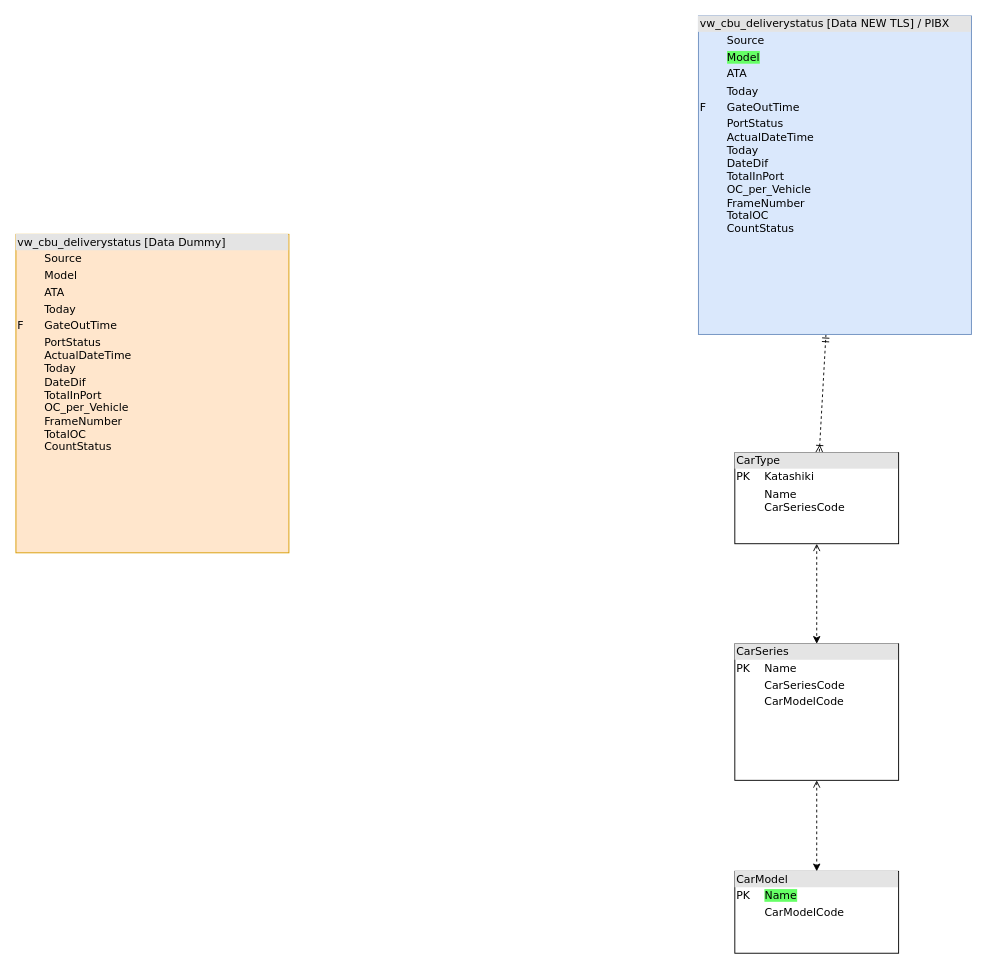
Above: page "Board2_CBU_DeliveryStatus" (2 of 3) of TAM_IMIS_diagram.drawio in RifqiG759/BI_datasets (draw.io), before the change. Source tidied: cells renumbered, new cells numbered last; positions are measured from the earlier drawing's top-left corner, leaving out a move shared by most shapes. Both pictures are drawn from the tidied source at 91%, with x=0, y=0 at pixel (15, 15).
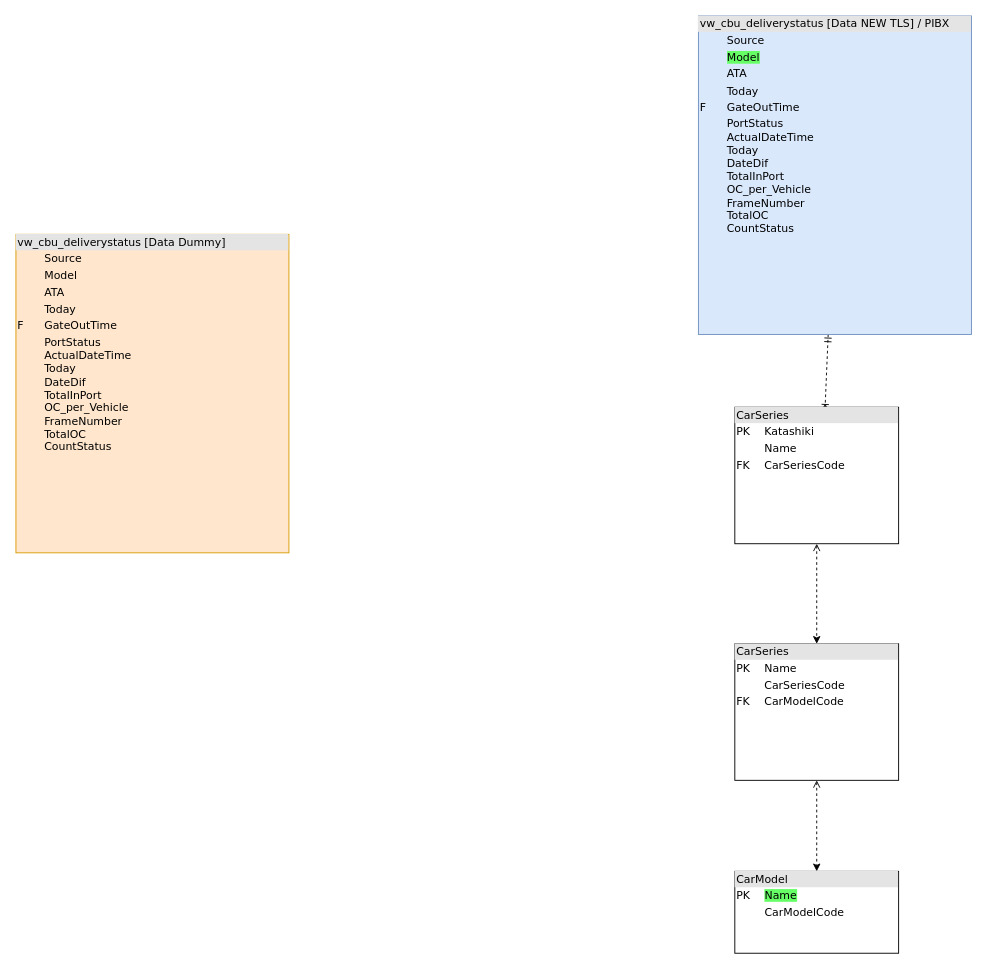
Above is the later version.

The edit, as a diff of the source:
```diff
@@
 <mxGraphModel>
   <root>
     <mxCell id="0" />
     <mxCell id="1" parent="0" />
-    <mxCell id="2" style="html=1;dashed=1;labelBackgroundColor=none;startArrow=ERmandOne;endArrow=ERoneToMany;fontFamily=Verdana;fontSize=12;align=left;elbow=vertical;" parent="1" edge="1" source="8" target="7">
+    <mxCell id="2" style="html=1;dashed=1;labelBackgroundColor=none;startArrow=ERmandOne;endArrow=ERoneToMany;fontFamily=Verdana;fontSize=12;align=left;elbow=vertical;entryX=0.55;entryY=0.033;entryDx=0;entryDy=0;entryPerimeter=0;" parent="1" edge="1" source="8" target="10">
       <mxGeometry relative="1" as="geometry" />
     </mxCell>
     <mxCell id="3" value="&lt;div style=&quot;box-sizing: border-box ; width: 100% ; background: #e4e4e4 ; padding: 2px&quot;&gt;vw_cbu_deliverystatus [Data Dummy]&lt;/div&gt;&lt;table style=&quot;width: 100% ; font-size: 1em&quot; cellpadding=&quot;2&quot; cellspacing=&quot;0&quot;&gt;&lt;tbody&gt;&lt;tr&gt;&lt;td&gt;&lt;br&gt;&lt;/td&gt;&lt;td&gt;Source&lt;/td&gt;&lt;/tr&gt;&lt;tr&gt;&lt;td&gt;&lt;/td&gt;&lt;td&gt;Model&lt;/td&gt;&lt;/tr&gt;&lt;tr&gt;&lt;td&gt;&lt;br&gt;&lt;/td&gt;&lt;td&gt;ATA&lt;/td&gt;&lt;/tr&gt;&lt;tr&gt;&lt;td&gt;&lt;br&gt;&lt;/td&gt;&lt;td&gt;Today&lt;/td&gt;&lt;/tr&gt;&lt;tr&gt;&lt;td&gt;F&lt;br&gt;&lt;/td&gt;&lt;td&gt;GateOutTime&lt;/td&gt;&lt;/tr&gt;&lt;tr&gt;&lt;td&gt;&lt;br&gt;&lt;/td&gt;&lt;td&gt;PortStatus&lt;br&gt;ActualDateTime&lt;br&gt;Today&lt;br&gt;DateDif&lt;br&gt;TotalInPort&lt;br&gt;OC_per_Vehicle&lt;br&gt;FrameNumber&lt;br&gt;TotalOC&lt;br&gt;CountStatus&lt;/td&gt;&lt;/tr&gt;&lt;tr&gt;&lt;td&gt;&lt;br&gt;&lt;/td&gt;&lt;td&gt;&lt;br&gt;&lt;/td&gt;&lt;/tr&gt;&lt;tr&gt;&lt;td&gt;&lt;br&gt;&lt;/td&gt;&lt;td&gt;&lt;br&gt;&lt;/td&gt;&lt;/tr&gt;&lt;tr&gt;&lt;td&gt;&lt;br&gt;&lt;/td&gt;&lt;td&gt;&lt;br&gt;&lt;/td&gt;&lt;/tr&gt;&lt;/tbody&gt;&lt;/table&gt;" style="verticalAlign=top;align=left;overflow=fill;html=1;rounded=0;shadow=0;comic=0;labelBackgroundColor=none;strokeColor=#d79b00;strokeWidth=1;fillColor=#ffe6cc;fontFamily=Verdana;fontSize=12;" parent="1" vertex="1">
       <mxGeometry y="240" width="300" height="350" as="geometry" />
     </mxCell>
     <mxCell id="4" style="edgeStyle=orthogonalEdgeStyle;rounded=0;jettySize=auto;html=1;dashed=1;startArrow=open;startFill=0;" parent="1" edge="1" source="5" target="9">
       <mxGeometry relative="1" as="geometry" />
     </mxCell>
-    <mxCell id="5" value="&lt;div style=&quot;box-sizing: border-box ; width: 100% ; background: #e4e4e4 ; padding: 2px&quot;&gt;CarSeries&lt;/div&gt;&lt;table style=&quot;width: 100% ; font-size: 1em&quot; cellpadding=&quot;2&quot; cellspacing=&quot;0&quot;&gt;&lt;tbody&gt;&lt;tr&gt;&lt;td&gt;PK&lt;/td&gt;&lt;td&gt;Name&lt;br&gt;&lt;/td&gt;&lt;/tr&gt;&lt;tr&gt;&lt;td&gt;&lt;br&gt;&lt;/td&gt;&lt;td&gt;CarSeriesCode&lt;/td&gt;&lt;/tr&gt;&lt;tr&gt;&lt;td&gt;&lt;/td&gt;&lt;td&gt;CarModelCode&lt;/td&gt;&lt;/tr&gt;&lt;/tbody&gt;&lt;/table&gt;" style="verticalAlign=top;align=left;overflow=fill;html=1;rounded=0;shadow=0;comic=0;labelBackgroundColor=none;strokeColor=#000000;strokeWidth=1;fillColor=#ffffff;fontFamily=Verdana;fontSize=12;fontColor=#000000;" parent="1" vertex="1">
+    <mxCell id="5" value="&lt;div style=&quot;box-sizing: border-box ; width: 100% ; background: #e4e4e4 ; padding: 2px&quot;&gt;CarSeries&lt;/div&gt;&lt;table style=&quot;width: 100% ; font-size: 1em&quot; cellpadding=&quot;2&quot; cellspacing=&quot;0&quot;&gt;&lt;tbody&gt;&lt;tr&gt;&lt;td&gt;PK&lt;/td&gt;&lt;td&gt;Name&lt;br&gt;&lt;/td&gt;&lt;/tr&gt;&lt;tr&gt;&lt;td&gt;&lt;br&gt;&lt;/td&gt;&lt;td&gt;CarSeriesCode&lt;/td&gt;&lt;/tr&gt;&lt;tr&gt;&lt;td&gt;FK&lt;/td&gt;&lt;td&gt;CarModelCode&lt;/td&gt;&lt;/tr&gt;&lt;/tbody&gt;&lt;/table&gt;" style="verticalAlign=top;align=left;overflow=fill;html=1;rounded=0;shadow=0;comic=0;labelBackgroundColor=none;strokeColor=#000000;strokeWidth=1;fillColor=#ffffff;fontFamily=Verdana;fontSize=12;fontColor=#000000;" parent="1" vertex="1">
       <mxGeometry x="790" y="690" width="180" height="150" as="geometry" />
     </mxCell>
-    <mxCell id="6" style="edgeStyle=orthogonalEdgeStyle;rounded=0;jettySize=auto;html=1;dashed=1;startArrow=open;startFill=0;" parent="1" edge="1" source="7" target="5">
+    <mxCell id="6" style="edgeStyle=orthogonalEdgeStyle;rounded=0;jettySize=auto;html=1;dashed=1;startArrow=open;startFill=0;exitX=0.5;exitY=1;exitDx=0;exitDy=0;" parent="1" edge="1" source="10" target="5">
       <mxGeometry relative="1" as="geometry" />
     </mxCell>
-    <mxCell id="7" value="&lt;div style=&quot;box-sizing: border-box ; width: 100% ; background: #e4e4e4 ; padding: 2px&quot;&gt;CarType&lt;/div&gt;&lt;table style=&quot;width: 100% ; font-size: 1em&quot; cellpadding=&quot;2&quot; cellspacing=&quot;0&quot;&gt;&lt;tbody&gt;&lt;tr&gt;&lt;td&gt;PK&lt;/td&gt;&lt;td&gt;Katashiki&lt;/td&gt;&lt;/tr&gt;&lt;tr&gt;&lt;td&gt;&lt;br&gt;&lt;/td&gt;&lt;td&gt;Name&lt;br&gt;CarSeriesCode&lt;/td&gt;&lt;/tr&gt;&lt;tr&gt;&lt;td&gt;&lt;br&gt;&lt;/td&gt;&lt;td&gt;&lt;/td&gt;&lt;/tr&gt;&lt;/tbody&gt;&lt;/table&gt;" style="verticalAlign=top;align=left;overflow=fill;html=1;rounded=0;shadow=0;comic=0;labelBackgroundColor=none;strokeColor=#000000;strokeWidth=1;fillColor=#ffffff;fontFamily=Verdana;fontSize=12;fontColor=#000000;" parent="1" vertex="1">
-      <mxGeometry x="790" y="480" width="180" height="100" as="geometry" />
-    </mxCell>
     <mxCell id="8" value="&lt;div style=&quot;box-sizing: border-box ; width: 100% ; background: #e4e4e4 ; padding: 2px&quot;&gt;vw_cbu_deliverystatus [Data NEW TLS] / PIBX&lt;/div&gt;&lt;table style=&quot;width: 100% ; font-size: 1em&quot; cellpadding=&quot;2&quot; cellspacing=&quot;0&quot;&gt;&lt;tbody&gt;&lt;tr&gt;&lt;td&gt;&lt;br&gt;&lt;/td&gt;&lt;td&gt;Source&lt;/td&gt;&lt;/tr&gt;&lt;tr&gt;&lt;td&gt;&lt;/td&gt;&lt;td&gt;&lt;span style=&quot;background-color: rgb(102 , 255 , 102)&quot;&gt;Model&lt;/span&gt;&lt;/td&gt;&lt;/tr&gt;&lt;tr&gt;&lt;td&gt;&lt;br&gt;&lt;/td&gt;&lt;td&gt;ATA&lt;/td&gt;&lt;/tr&gt;&lt;tr&gt;&lt;td&gt;&lt;br&gt;&lt;/td&gt;&lt;td&gt;Today&lt;/td&gt;&lt;/tr&gt;&lt;tr&gt;&lt;td&gt;F&lt;br&gt;&lt;/td&gt;&lt;td&gt;GateOutTime&lt;/td&gt;&lt;/tr&gt;&lt;tr&gt;&lt;td&gt;&lt;br&gt;&lt;/td&gt;&lt;td&gt;PortStatus&lt;br&gt;ActualDateTime&lt;br&gt;Today&lt;br&gt;DateDif&lt;br&gt;TotalInPort&lt;br&gt;OC_per_Vehicle&lt;br&gt;FrameNumber&lt;br&gt;TotalOC&lt;br&gt;CountStatus&lt;/td&gt;&lt;/tr&gt;&lt;tr&gt;&lt;td&gt;&lt;br&gt;&lt;/td&gt;&lt;td&gt;&lt;br&gt;&lt;/td&gt;&lt;/tr&gt;&lt;tr&gt;&lt;td&gt;&lt;br&gt;&lt;/td&gt;&lt;td&gt;&lt;br&gt;&lt;/td&gt;&lt;/tr&gt;&lt;tr&gt;&lt;td&gt;&lt;br&gt;&lt;/td&gt;&lt;td&gt;&lt;br&gt;&lt;/td&gt;&lt;/tr&gt;&lt;/tbody&gt;&lt;/table&gt;" style="verticalAlign=top;align=left;overflow=fill;html=1;rounded=0;shadow=0;comic=0;labelBackgroundColor=none;strokeColor=#6c8ebf;strokeWidth=1;fillColor=#dae8fc;fontFamily=Verdana;fontSize=12;" parent="1" vertex="1">
       <mxGeometry x="750" width="300" height="350" as="geometry" />
     </mxCell>
     <mxCell id="9" value="&lt;div style=&quot;box-sizing: border-box ; width: 100% ; background: #e4e4e4 ; padding: 2px&quot;&gt;CarModel&lt;/div&gt;&lt;table style=&quot;width: 100% ; font-size: 1em&quot; cellpadding=&quot;2&quot; cellspacing=&quot;0&quot;&gt;&lt;tbody&gt;&lt;tr&gt;&lt;td&gt;PK&lt;/td&gt;&lt;td&gt;&lt;span style=&quot;background-color: rgb(102 , 255 , 102)&quot;&gt;Name&lt;br&gt;&lt;/span&gt;&lt;/td&gt;&lt;/tr&gt;&lt;tr&gt;&lt;td&gt;&lt;/td&gt;&lt;td&gt;CarModelCode&lt;/td&gt;&lt;/tr&gt;&lt;/tbody&gt;&lt;/table&gt;" style="verticalAlign=top;align=left;overflow=fill;html=1;rounded=0;shadow=0;comic=0;labelBackgroundColor=none;strokeColor=#000000;strokeWidth=1;fillColor=#ffffff;fontFamily=Verdana;fontSize=12;fontColor=#000000;" parent="1" vertex="1">
       <mxGeometry x="790" y="940" width="180" height="90" as="geometry" />
     </mxCell>
+    <mxCell id="10" value="&lt;div style=&quot;box-sizing: border-box ; width: 100% ; background: #e4e4e4 ; padding: 2px&quot;&gt;CarSeries&lt;/div&gt;&lt;table style=&quot;width: 100% ; font-size: 1em&quot; cellpadding=&quot;2&quot; cellspacing=&quot;0&quot;&gt;&lt;tbody&gt;&lt;tr&gt;&lt;td&gt;PK&lt;/td&gt;&lt;td&gt;Katashiki&lt;/td&gt;&lt;/tr&gt;&lt;tr&gt;&lt;td&gt;&lt;br&gt;&lt;/td&gt;&lt;td&gt;Name&lt;/td&gt;&lt;/tr&gt;&lt;tr&gt;&lt;td&gt;FK&lt;/td&gt;&lt;td&gt;CarSeriesCode&lt;/td&gt;&lt;/tr&gt;&lt;/tbody&gt;&lt;/table&gt;" style="verticalAlign=top;align=left;overflow=fill;html=1;rounded=0;shadow=0;comic=0;labelBackgroundColor=none;strokeColor=#000000;strokeWidth=1;fillColor=#ffffff;fontFamily=Verdana;fontSize=12;fontColor=#000000;" parent="1" vertex="1">
+      <mxGeometry x="790" y="430" width="180" height="150" as="geometry" />
+    </mxCell>
   </root>
 </mxGraphModel>
```
